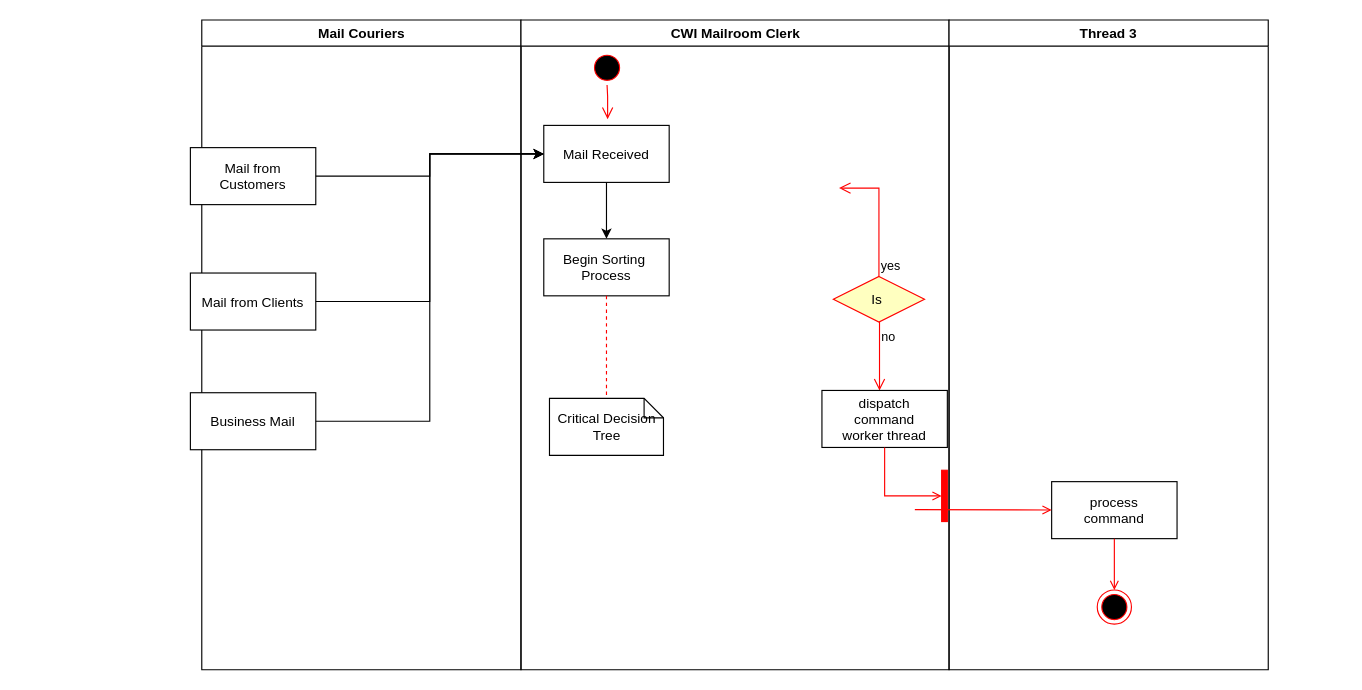
This is MappingTheBusinessProblem.drawio from RaulLara/Tutorial, a draw.io file, before an edit. Source tidied: cells renumbered, new cells numbered last; positions are measured from the earlier drawing's top-left corner, leaving out a move shared by most shapes. Both pictures are drawn from the tidied source at 114%, with x=0, y=0 at pixel (189, 19).
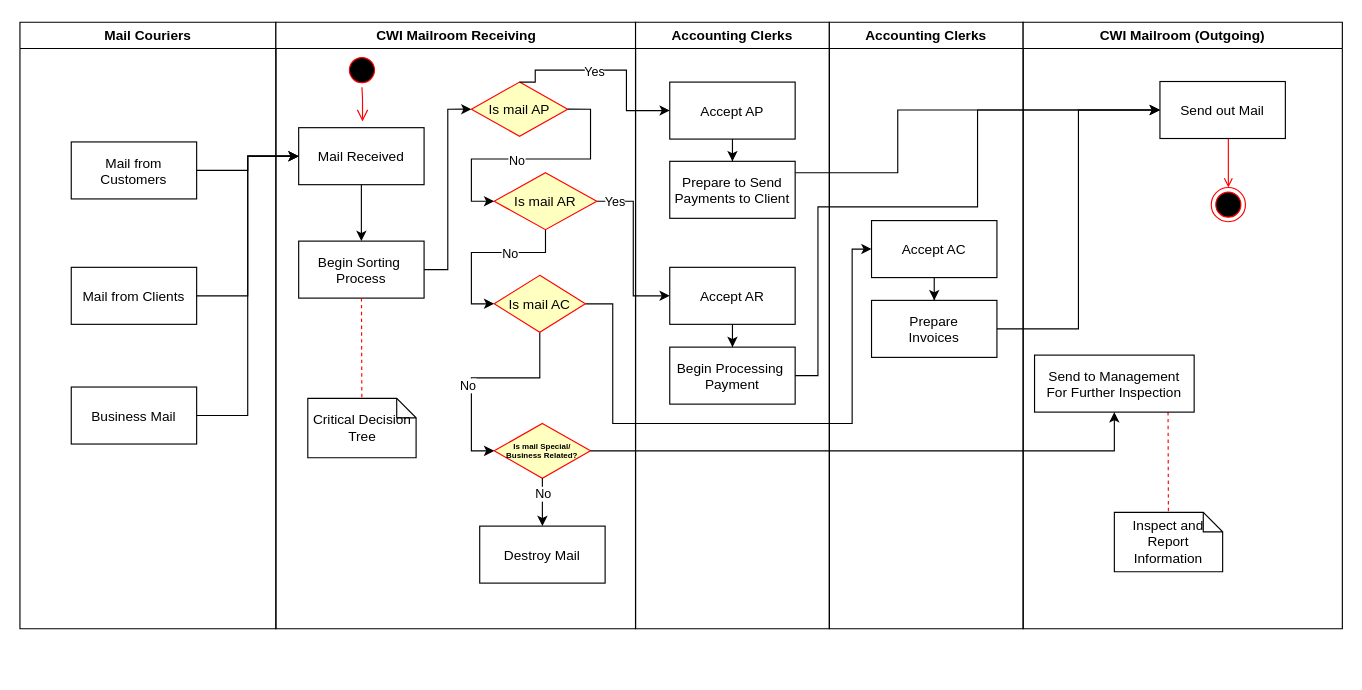
Above is the later version.

Commit message:
More Steps in Process

The change refers to these unchanged cells:
```xml
<mxCell id="9" value="Begin Sorting &#10;Process" parent="6" vertex="1">
  <mxGeometry x="20" y="192" width="110" height="50" as="geometry" />
</mxCell>
```

What changed in the source:
```diff
@@
     <mxCell id="2" value="Mail Couriers" style="swimlane;whiteSpace=wrap;" parent="1" vertex="1">
-      <mxGeometry x="10.5" width="280" height="570" as="geometry" />
+      <mxGeometry x="-149" y="2" width="224.5" height="532" as="geometry" />
     </mxCell>
     <mxCell id="3" value="Mail from&#10;Customers" parent="2" vertex="1">
-      <mxGeometry x="-10" y="112" width="110" height="50" as="geometry" />
+      <mxGeometry x="45" y="105" width="110" height="50" as="geometry" />
     </mxCell>
     <mxCell id="4" value="Mail from Clients" parent="2" vertex="1">
-      <mxGeometry x="-10" y="222" width="110" height="50" as="geometry" />
+      <mxGeometry x="45" y="215" width="110" height="50" as="geometry" />
     </mxCell>
     <mxCell id="5" value="Business Mail" parent="2" vertex="1">
-      <mxGeometry x="-10" y="327" width="110" height="50" as="geometry" />
+      <mxGeometry x="45" y="320" width="110" height="50" as="geometry" />
     </mxCell>
-    <mxCell id="6" value="CWI Mailroom Clerk" style="swimlane;whiteSpace=wrap;" parent="1" vertex="1">
-      <mxGeometry x="290.5" width="375.5" height="570" as="geometry" />
+    <mxCell id="6" value="CWI Mailroom Receiving" style="swimlane;whiteSpace=wrap;" parent="1" vertex="1">
+      <mxGeometry x="75.5" y="2" width="315.5" height="532" as="geometry" />
     </mxCell>
@@
+    <mxCell id="28" style="edgeStyle=orthogonalEdgeStyle;rounded=0;jettySize=auto;html=1;entryX=0;entryY=0.5;entryDx=0;entryDy=0;" parent="6" edge="1" source="9" target="10">
+      <mxGeometry relative="1" as="geometry" />
+    </mxCell>
@@
-    <mxCell id="10" value="Is " style="rhombus;fillColor=#ffffc0;strokeColor=#ff0000;" parent="6" vertex="1">
-      <mxGeometry x="274" y="225" width="80" height="40" as="geometry" />
+    <mxCell id="10" value="Is mail AP" style="rhombus;fillColor=#ffffc0;strokeColor=#ff0000;" parent="6" vertex="1">
+      <mxGeometry x="171.5" y="52.5" width="84.5" height="47.5" as="geometry" />
     </mxCell>
-    <mxCell id="11" value="yes" style="edgeStyle=elbowEdgeStyle;elbow=horizontal;align=left;verticalAlign=bottom;endArrow=open;endSize=8;strokeColor=#FF0000;exitX=0.5;exitY=0;endFill=1;rounded=0;entryX=0.75;entryY=0.5;entryPerimeter=0;" parent="6" edge="1" source="10">
-      <mxGeometry x="-1" relative="1" as="geometry">
-        <mxPoint x="279" y="147.5" as="targetPoint" />
-        <Array as="points">
-          <mxPoint x="314" y="180" />
-        </Array>
-      </mxGeometry>
-    </mxCell>
-    <mxCell id="12" value="no" style="edgeStyle=elbowEdgeStyle;elbow=horizontal;align=left;verticalAlign=top;endArrow=open;endSize=8;strokeColor=#FF0000;endFill=1;rounded=0;" parent="6" edge="1" source="10" target="13">
-      <mxGeometry x="-1" relative="1" as="geometry" />
-    </mxCell>
-    <mxCell id="13" value="dispatch&#10;command&#10;worker thread" parent="6" vertex="1">
-      <mxGeometry x="264" y="325" width="110" height="50" as="geometry" />
-    </mxCell>
     <mxCell id="14" value="Critical Decision&#10;Tree" style="shape=note;whiteSpace=wrap;size=17;" parent="6" vertex="1">
-      <mxGeometry x="25" y="332" width="100" height="50" as="geometry" />
+      <mxGeometry x="28" y="330" width="95" height="52" as="geometry" />
     </mxCell>
@@
-    <mxCell id="16" style="whiteSpace=wrap;strokeColor=#FF0000;fillColor=#FF0000;" parent="6" vertex="1">
-      <mxGeometry x="369" y="395" width="5" height="45" as="geometry" />
-    </mxCell>
-    <mxCell id="17" style="edgeStyle=elbowEdgeStyle;elbow=horizontal;entryX=0;entryY=0.5;strokeColor=#FF0000;endArrow=open;endFill=1;rounded=0;" parent="6" edge="1" source="13" target="16">
-      <mxGeometry relative="1" as="geometry">
-        <Array as="points">
-          <mxPoint x="319" y="400" />
-        </Array>
-      </mxGeometry>
-    </mxCell>
@@
+    <mxCell id="29" value="Is mail Special/&#10;Business Related?" style="rhombus;fillColor=#ffffc0;strokeColor=#ff0000;fontSize=7;fontStyle=1;" parent="6" vertex="1">
+      <mxGeometry x="191.5" y="352" width="84.5" height="48" as="geometry" />
+    </mxCell>
+    <mxCell id="30" value="Destroy Mail" parent="6" vertex="1">
+      <mxGeometry x="178.8" y="442" width="110" height="50" as="geometry" />
+    </mxCell>
+    <mxCell id="31" style="edgeStyle=orthogonalEdgeStyle;rounded=0;jettySize=auto;html=1;exitX=0.5;exitY=1;exitDx=0;exitDy=0;entryX=0.5;entryY=0;entryDx=0;entryDy=0;" parent="6" edge="1" source="29" target="30">
+      <mxGeometry relative="1" as="geometry" />
+    </mxCell>
+    <mxCell id="32" value="No" style="edgeLabel;html=1;align=center;verticalAlign=middle;" parent="31" vertex="1">
+      <mxGeometry x="0.15" relative="1" as="geometry">
+        <mxPoint y="-10" as="offset" />
+      </mxGeometry>
+    </mxCell>
-    <mxCell id="20" value="Thread 3" style="swimlane;whiteSpace=wrap;" parent="1" vertex="1">
-      <mxGeometry x="666" width="280" height="570" as="geometry" />
+    <mxCell id="20" value="Accounting Clerks" style="swimlane;whiteSpace=wrap;" parent="1" vertex="1">
+      <mxGeometry x="391" y="2" width="170" height="532" as="geometry" />
     </mxCell>
-    <mxCell id="21" value="process&#10;command" parent="20" vertex="1">
-      <mxGeometry x="90" y="405" width="110" height="50" as="geometry" />
-    </mxCell>
-    <mxCell id="22" style="edgeStyle=none;strokeColor=#FF0000;endArrow=open;endFill=1;rounded=0;" parent="20" edge="1" target="21">
-      <mxGeometry relative="1" as="geometry">
-        <mxPoint x="-30" y="429.5" as="sourcePoint" />
-      </mxGeometry>
-    </mxCell>
-    <mxCell id="23" style="ellipse;shape=endState;fillColor=#000000;strokeColor=#ff0000;" parent="20" vertex="1">
-      <mxGeometry x="130" y="500" width="30" height="30" as="geometry" />
-    </mxCell>
-    <mxCell id="24" style="endArrow=open;strokeColor=#FF0000;endFill=1;rounded=0;" parent="20" edge="1" source="21" target="23">
-      <mxGeometry relative="1" as="geometry" />
-    </mxCell>
+    <mxCell id="33" style="edgeStyle=orthogonalEdgeStyle;rounded=0;jettySize=auto;html=1;" parent="20" edge="1" source="34" target="35">
+      <mxGeometry relative="1" as="geometry" />
+    </mxCell>
+    <mxCell id="34" value="Accept AR" parent="20" vertex="1">
+      <mxGeometry x="30" y="215" width="110" height="50" as="geometry" />
+    </mxCell>
+    <mxCell id="35" value="Begin Processing &#10;Payment" parent="20" vertex="1">
+      <mxGeometry x="30" y="285" width="110" height="50" as="geometry" />
+    </mxCell>
+    <mxCell id="36" value="Accounting Clerks" style="swimlane;whiteSpace=wrap;" parent="1" vertex="1">
+      <mxGeometry x="561" y="2" width="170" height="532" as="geometry" />
+    </mxCell>
+    <mxCell id="37" style="edgeStyle=orthogonalEdgeStyle;rounded=0;jettySize=auto;html=1;" parent="36" edge="1" source="38" target="39">
+      <mxGeometry relative="1" as="geometry" />
+    </mxCell>
+    <mxCell id="38" value="Accept AC" parent="36" vertex="1">
+      <mxGeometry x="37" y="174" width="110" height="50" as="geometry" />
+    </mxCell>
+    <mxCell id="39" value="Prepare&#10;Invoices" parent="36" vertex="1">
+      <mxGeometry x="37" y="244" width="110" height="50" as="geometry" />
+    </mxCell>
@@
+    <mxCell id="40" style="edgeStyle=orthogonalEdgeStyle;rounded=0;jettySize=auto;html=1;entryX=0;entryY=0.5;entryDx=0;entryDy=0;" parent="1" edge="1" source="44" target="48">
+      <mxGeometry relative="1" as="geometry" />
+    </mxCell>
+    <mxCell id="41" value="No" style="edgeLabel;html=1;align=center;verticalAlign=middle;" parent="40" vertex="1">
+      <mxGeometry x="-0.44" relative="1" as="geometry">
+        <mxPoint x="-10" as="offset" />
+      </mxGeometry>
+    </mxCell>
+    <mxCell id="42" style="edgeStyle=orthogonalEdgeStyle;rounded=0;jettySize=auto;html=1;exitX=1;exitY=0.5;exitDx=0;exitDy=0;entryX=0;entryY=0.5;entryDx=0;entryDy=0;" parent="1" edge="1" source="44" target="34">
+      <mxGeometry relative="1" as="geometry" />
+    </mxCell>
+    <mxCell id="43" value="Yes" style="edgeLabel;html=1;align=center;verticalAlign=middle;" parent="42" vertex="1">
+      <mxGeometry x="-0.47" relative="1" as="geometry">
+        <mxPoint x="-17" y="-7" as="offset" />
+      </mxGeometry>
+    </mxCell>
+    <mxCell id="44" value="Is mail AR" style="rhombus;fillColor=#ffffc0;strokeColor=#ff0000;" parent="1" vertex="1">
+      <mxGeometry x="267" y="134" width="90" height="50" as="geometry" />
+    </mxCell>
+    <mxCell id="45" style="edgeStyle=orthogonalEdgeStyle;rounded=0;jettySize=auto;html=1;exitX=0.5;exitY=1;exitDx=0;exitDy=0;entryX=0;entryY=0.5;entryDx=0;entryDy=0;" parent="1" edge="1" source="48" target="29">
+      <mxGeometry relative="1" as="geometry" />
+    </mxCell>
+    <mxCell id="46" value="No" style="edgeLabel;html=1;align=center;verticalAlign=middle;" parent="45" vertex="1">
+      <mxGeometry x="0.17" y="1" relative="1" as="geometry">
+        <mxPoint x="-5" y="-2" as="offset" />
+      </mxGeometry>
+    </mxCell>
+    <mxCell id="47" style="edgeStyle=orthogonalEdgeStyle;rounded=0;jettySize=auto;html=1;exitX=1;exitY=0.5;exitDx=0;exitDy=0;entryX=0;entryY=0.5;entryDx=0;entryDy=0;" parent="1" edge="1" source="48" target="38">
+      <mxGeometry relative="1" as="geometry">
+        <Array as="points">
+          <mxPoint x="371" y="249" />
+          <mxPoint x="371" y="354" />
+          <mxPoint x="581" y="354" />
+          <mxPoint x="581" y="201" />
+        </Array>
+      </mxGeometry>
+    </mxCell>
+    <mxCell id="48" value="Is mail AC" style="rhombus;fillColor=#ffffc0;strokeColor=#ff0000;" parent="1" vertex="1">
+      <mxGeometry x="267" y="224" width="80" height="50" as="geometry" />
+    </mxCell>
+    <mxCell id="49" value="CWI Mailroom (Outgoing)" style="swimlane;whiteSpace=wrap;startSize=23;" parent="1" vertex="1">
+      <mxGeometry x="731" y="2" width="280" height="532" as="geometry" />
+    </mxCell>
+    <mxCell id="50" style="ellipse;shape=endState;fillColor=#000000;strokeColor=#ff0000;" parent="49" vertex="1">
+      <mxGeometry x="165" y="145" width="30" height="30" as="geometry" />
+    </mxCell>
+    <mxCell id="51" style="endArrow=open;strokeColor=#FF0000;endFill=1;rounded=0;" parent="49" edge="1" target="50">
+      <mxGeometry relative="1" as="geometry">
+        <mxPoint x="180" y="100" as="sourcePoint" />
+      </mxGeometry>
+    </mxCell>
+    <mxCell id="52" value="Inspect and Report Information" style="shape=note;whiteSpace=wrap;size=17;" parent="49" vertex="1">
+      <mxGeometry x="80" y="430" width="95" height="52" as="geometry" />
+    </mxCell>
+    <mxCell id="53" style="endArrow=none;strokeColor=#FF0000;endFill=0;rounded=0;dashed=1;" parent="49" edge="1" target="52">
+      <mxGeometry relative="1" as="geometry">
+        <mxPoint x="127.1" y="342" as="sourcePoint" />
+      </mxGeometry>
+    </mxCell>
+    <mxCell id="54" style="edgeStyle=orthogonalEdgeStyle;rounded=0;jettySize=auto;html=1;exitX=1;exitY=0.5;exitDx=0;exitDy=0;entryX=0;entryY=0.5;entryDx=0;entryDy=0;" parent="1" edge="1" source="10" target="44">
+      <mxGeometry relative="1" as="geometry" />
+    </mxCell>
+    <mxCell id="55" value="No" style="edgeLabel;html=1;align=center;verticalAlign=middle;" parent="54" vertex="1">
+      <mxGeometry x="-0.18" y="1" relative="1" as="geometry">
+        <mxPoint x="-36.8" as="offset" />
+      </mxGeometry>
+    </mxCell>
+    <mxCell id="56" style="edgeStyle=orthogonalEdgeStyle;rounded=0;jettySize=auto;html=1;" parent="1" edge="1" source="57" target="59">
+      <mxGeometry relative="1" as="geometry" />
+    </mxCell>
+    <mxCell id="57" value="Accept AP" parent="1" vertex="1">
+      <mxGeometry x="421" y="54.5" width="110" height="50" as="geometry" />
+    </mxCell>
+    <mxCell id="58" style="edgeStyle=orthogonalEdgeStyle;rounded=0;jettySize=auto;html=1;fontSize=7;entryX=0;entryY=0.5;entryDx=0;entryDy=0;" parent="1" edge="1" source="59" target="62">
+      <mxGeometry relative="1" as="geometry">
+        <Array as="points">
+          <mxPoint x="621" y="134" />
+          <mxPoint x="621" y="79" />
+        </Array>
+      </mxGeometry>
+    </mxCell>
+    <mxCell id="59" value="Prepare to Send&#10;Payments to Client" parent="1" vertex="1">
+      <mxGeometry x="421" y="124" width="110" height="50" as="geometry" />
+    </mxCell>
+    <mxCell id="60" style="edgeStyle=orthogonalEdgeStyle;rounded=0;jettySize=auto;html=1;exitX=0.5;exitY=0;exitDx=0;exitDy=0;entryX=0;entryY=0.5;entryDx=0;entryDy=0;" parent="1" edge="1" source="10" target="57">
+      <mxGeometry relative="1" as="geometry">
+        <Array as="points">
+          <mxPoint x="303" y="44" />
+          <mxPoint x="383" y="44" />
+          <mxPoint x="383" y="80" />
+        </Array>
+      </mxGeometry>
+    </mxCell>
+    <mxCell id="61" value="Yes" style="edgeLabel;html=1;align=center;verticalAlign=middle;" parent="60" vertex="1">
+      <mxGeometry x="-0.15" y="-1" relative="1" as="geometry" />
+    </mxCell>
+    <mxCell id="62" value="Send out Mail" parent="1" vertex="1">
+      <mxGeometry x="851" y="54" width="110" height="50" as="geometry" />
+    </mxCell>
+    <mxCell id="63" value="Send to Management&#10;For Further Inspection" parent="1" vertex="1">
+      <mxGeometry x="741" y="294" width="140" height="50" as="geometry" />
+    </mxCell>
+    <mxCell id="64" style="edgeStyle=orthogonalEdgeStyle;rounded=0;jettySize=auto;html=1;exitX=1;exitY=0.5;exitDx=0;exitDy=0;entryX=0.5;entryY=1;entryDx=0;entryDy=0;fontSize=7;" parent="1" edge="1" source="29" target="63">
+      <mxGeometry relative="1" as="geometry" />
+    </mxCell>
+    <mxCell id="65" style="edgeStyle=orthogonalEdgeStyle;rounded=0;jettySize=auto;html=1;exitX=1;exitY=0.5;exitDx=0;exitDy=0;entryX=0;entryY=0.5;entryDx=0;entryDy=0;fontSize=7;" parent="1" edge="1" source="39" target="62">
+      <mxGeometry relative="1" as="geometry" />
+    </mxCell>
+    <mxCell id="66" style="edgeStyle=orthogonalEdgeStyle;rounded=0;jettySize=auto;html=1;exitX=1;exitY=0.5;exitDx=0;exitDy=0;entryX=0;entryY=0.5;entryDx=0;entryDy=0;fontSize=7;" parent="1" edge="1" source="35" target="62">
+      <mxGeometry relative="1" as="geometry">
+        <Array as="points">
+          <mxPoint x="551" y="312" />
+          <mxPoint x="551" y="164" />
+          <mxPoint x="691" y="164" />
+          <mxPoint x="691" y="79" />
+        </Array>
+      </mxGeometry>
+    </mxCell>
```
